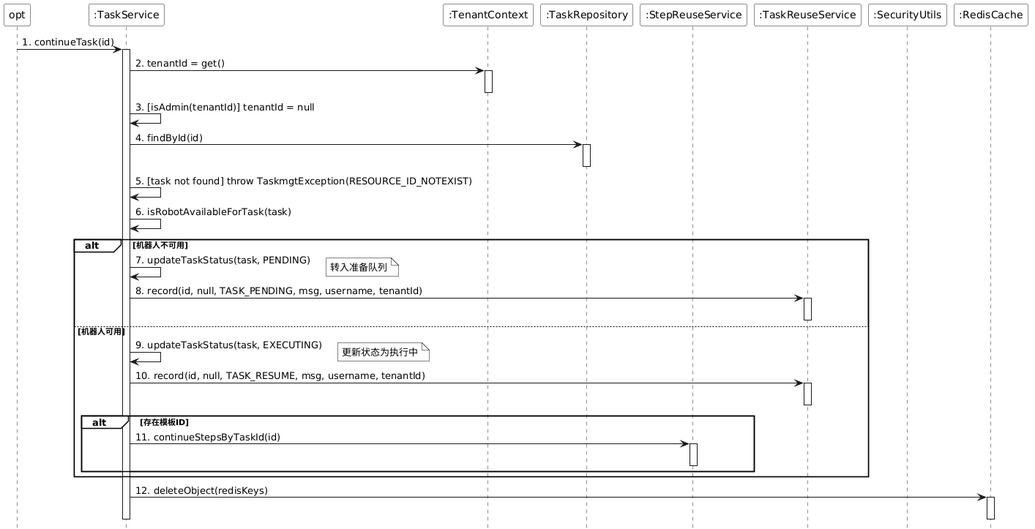
This is doc/taskmgt/png/sequence/continueTaskSequence.png from laborday922/RobotBackendManagementSystem, a PlantUML export, as it was before one commit.
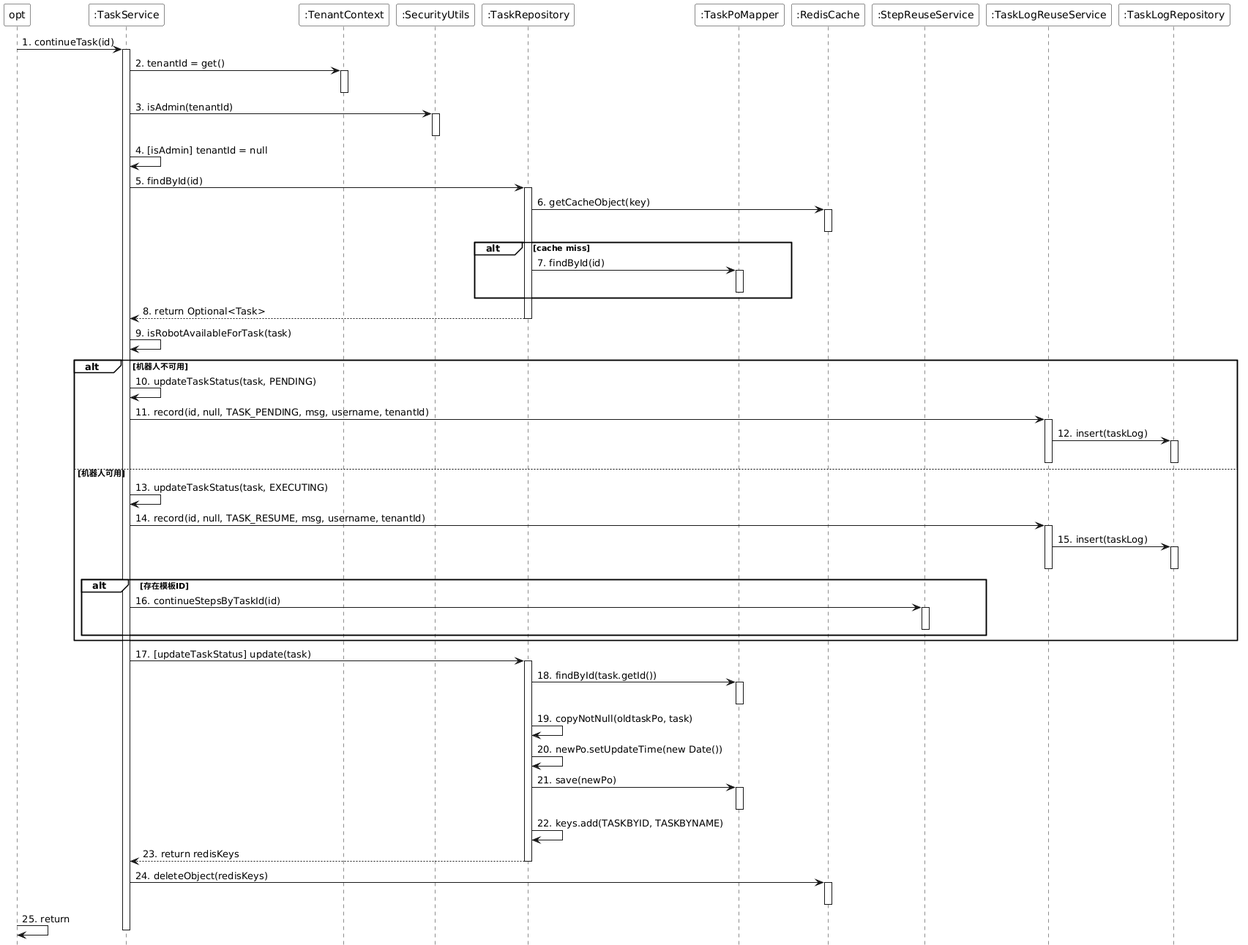
The same diagram one commit later.

Diff of the diagram source:
```diff
@@ -11,11 +11,13 @@
 participant "opt" as opt
 participant ":TaskService" as TaskService
 participant ":TenantContext" as TenantContext
+participant ":SecurityUtils" as SecurityUtils
 participant ":TaskRepository" as TaskRepository
+participant ":TaskPoMapper" as TaskPoMapper
+participant ":RedisCache" as RedisCache
 participant ":StepReuseService" as StepReuseService
-participant ":TaskReuseService" as TaskReuseService
-participant ":SecurityUtils" as SecurityUtils
-participant ":RedisCache" as RedisCache
+participant ":TaskLogReuseService" as TaskLogReuseService
+participant ":TaskLogRepository" as TaskLogRepository
 
 opt -> TaskService : 1. continueTask(id)
 activate TaskService
@@ -23,39 +25,69 @@
 TaskService -> TenantContext : 2. tenantId = get()
 activate TenantContext
 deactivate TenantContext
-TaskService -> TaskService : 3. [isAdmin(tenantId)] tenantId = null
+TaskService -> SecurityUtils : 3. isAdmin(tenantId)
+activate SecurityUtils
+deactivate SecurityUtils
+TaskService -> TaskService : 4. [isAdmin] tenantId = null
 
-TaskService -> TaskRepository : 4. findById(id)
+TaskService -> TaskRepository : 5. findById(id)
 activate TaskRepository
+TaskRepository -> RedisCache : 6. getCacheObject(key)
+activate RedisCache
+deactivate RedisCache
+alt cache miss
+    TaskRepository -> TaskPoMapper : 7. findById(id)
+    activate TaskPoMapper
+    deactivate TaskPoMapper
+end
+TaskRepository --> TaskService : 8. return Optional<Task>
 deactivate TaskRepository
 
-TaskService -> TaskService : 5. [task not found] throw TaskmgtException(RESOURCE_ID_NOTEXIST)
-
-TaskService -> TaskService : 6. isRobotAvailableForTask(task)
+TaskService -> TaskService : 9. isRobotAvailableForTask(task)
 
 alt 机器人不可用
-    TaskService -> TaskService : 7. updateTaskStatus(task, PENDING)
-    note right : 转入准备队列
-    TaskService -> TaskReuseService : 8. record(id, null, TASK_PENDING, msg, username, tenantId)
-    activate TaskReuseService
-    deactivate TaskReuseService
+    TaskService -> TaskService : 10. updateTaskStatus(task, PENDING)
+    TaskService -> TaskLogReuseService : 11. record(id, null, TASK_PENDING, msg, username, tenantId)
+    activate TaskLogReuseService
+    TaskLogReuseService -> TaskLogRepository : 12. insert(taskLog)
+    activate TaskLogRepository
+    deactivate TaskLogRepository
+    deactivate TaskLogReuseService
 else 机器人可用
-    TaskService -> TaskService : 9. updateTaskStatus(task, EXECUTING)
-    note right : 更新状态为执行中
-    TaskService -> TaskReuseService : 10. record(id, null, TASK_RESUME, msg, username, tenantId)
-    activate TaskReuseService
-    deactivate TaskReuseService
+    TaskService -> TaskService : 13. updateTaskStatus(task, EXECUTING)
+    TaskService -> TaskLogReuseService : 14. record(id, null, TASK_RESUME, msg, username, tenantId)
+    activate TaskLogReuseService
+    TaskLogReuseService -> TaskLogRepository : 15. insert(taskLog)
+    activate TaskLogRepository
+    deactivate TaskLogRepository
+    deactivate TaskLogReuseService
 
     alt 存在模板ID
-        TaskService -> StepReuseService : 11. continueStepsByTaskId(id)
+        TaskService -> StepReuseService : 16. continueStepsByTaskId(id)
         activate StepReuseService
         deactivate StepReuseService
     end
 end
 
-TaskService -> RedisCache : 12. deleteObject(redisKeys)
+TaskService -> TaskRepository : 17. [updateTaskStatus] update(task)
+activate TaskRepository
+TaskRepository -> TaskPoMapper : 18. findById(task.getId())
+activate TaskPoMapper
+deactivate TaskPoMapper
+TaskRepository -> TaskRepository : 19. copyNotNull(oldtaskPo, task)
+TaskRepository -> TaskRepository : 20. newPo.setUpdateTime(new Date())
+TaskRepository -> TaskPoMapper : 21. save(newPo)
+activate TaskPoMapper
+deactivate TaskPoMapper
+TaskRepository -> TaskRepository : 22. keys.add(TASKBYID, TASKBYNAME)
+TaskRepository --> TaskService : 23. return redisKeys
+deactivate TaskRepository
+
+TaskService -> RedisCache : 24. deleteObject(redisKeys)
 activate RedisCache
 deactivate RedisCache
 
+opt -> opt : 25. return
+
 deactivate TaskService
 @enduml
```
